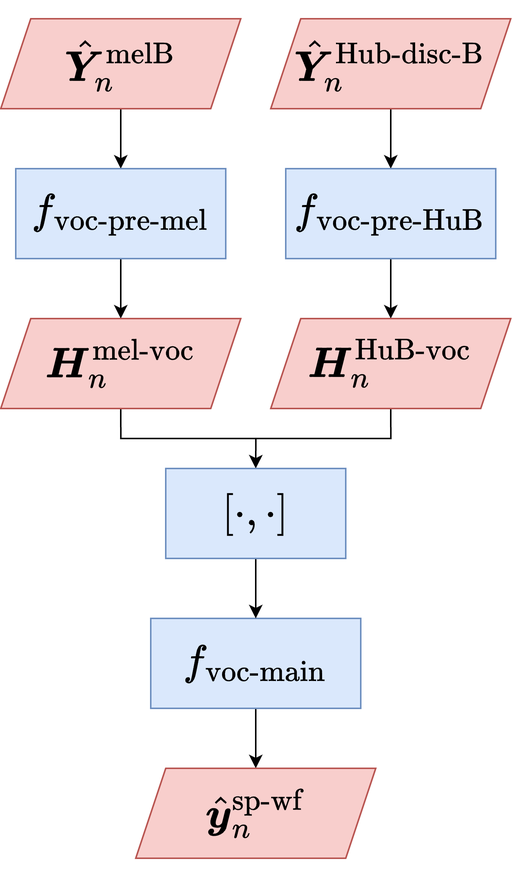
The draw.io diagram figure/sec4/model_2/vocoder.drawio.png in kyushusouth/master_thesis, before a commit. Source tidied: cells renumbered, new cells last; positions are measured from the earlier drawing's top-left corner, leaving out a move shared by most shapes.
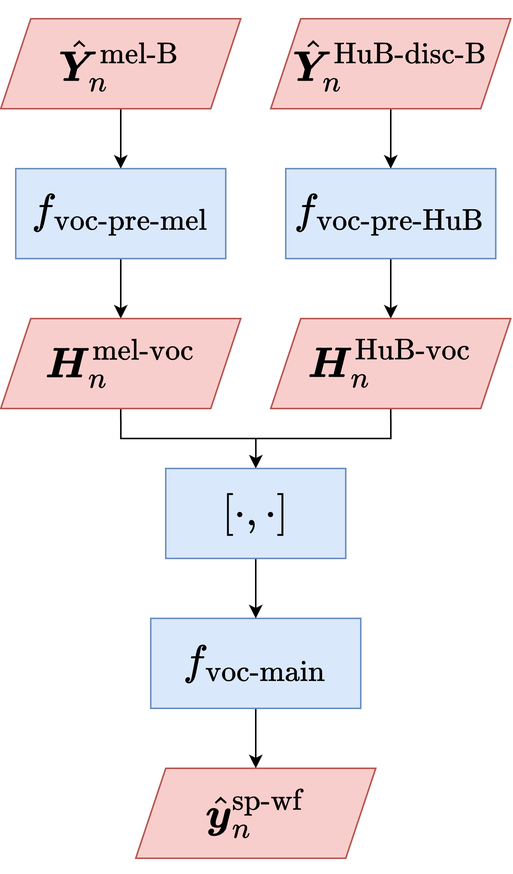
After the commit.

Change to the diagram source:
```diff
@@ -5,13 +5,13 @@
     <mxCell id="2" style="edgeStyle=orthogonalEdgeStyle;rounded=0;jettySize=auto;html=1;exitX=0.5;exitY=1;exitDx=0;exitDy=0;entryX=0.5;entryY=0;entryDx=0;entryDy=0;" parent="1" edge="1" source="3" target="7">
       <mxGeometry relative="1" as="geometry" />
     </mxCell>
-    <mxCell id="3" value="$$\hat{\boldsymbol{Y}}_{n}^{\text{melB}}$$" style="shape=parallelogram;perimeter=parallelogramPerimeter;whiteSpace=wrap;html=1;fixedSize=1;fontSize=24;fillColor=#f8cecc;strokeColor=#b85450;" parent="1" vertex="1">
+    <mxCell id="3" value="$$\hat{\boldsymbol{Y}}_{n}^{\text{mel-B}}$$" style="shape=parallelogram;perimeter=parallelogramPerimeter;whiteSpace=wrap;html=1;fixedSize=1;fontSize=24;fillColor=#f8cecc;strokeColor=#b85450;" parent="1" vertex="1">
       <mxGeometry width="160" height="60" as="geometry" />
     </mxCell>
     <mxCell id="4" style="edgeStyle=orthogonalEdgeStyle;rounded=0;jettySize=auto;html=1;" parent="1" edge="1" source="5" target="9">
       <mxGeometry relative="1" as="geometry" />
     </mxCell>
-    <mxCell id="5" value="$$\hat{\boldsymbol{Y}}_{n}^{\text{Hub-disc-B}}$$" style="shape=parallelogram;perimeter=parallelogramPerimeter;whiteSpace=wrap;html=1;fixedSize=1;fontSize=24;fillColor=#f8cecc;strokeColor=#b85450;" parent="1" vertex="1">
+    <mxCell id="5" value="$$\hat{\boldsymbol{Y}}_{n}^{\text{HuB-disc-B}}$$" style="shape=parallelogram;perimeter=parallelogramPerimeter;whiteSpace=wrap;html=1;fixedSize=1;fontSize=24;fillColor=#f8cecc;strokeColor=#b85450;" parent="1" vertex="1">
       <mxGeometry x="180" width="160" height="60" as="geometry" />
     </mxCell>
     <mxCell id="6" style="edgeStyle=orthogonalEdgeStyle;rounded=0;jettySize=auto;html=1;" parent="1" edge="1" source="7" target="11">
```
